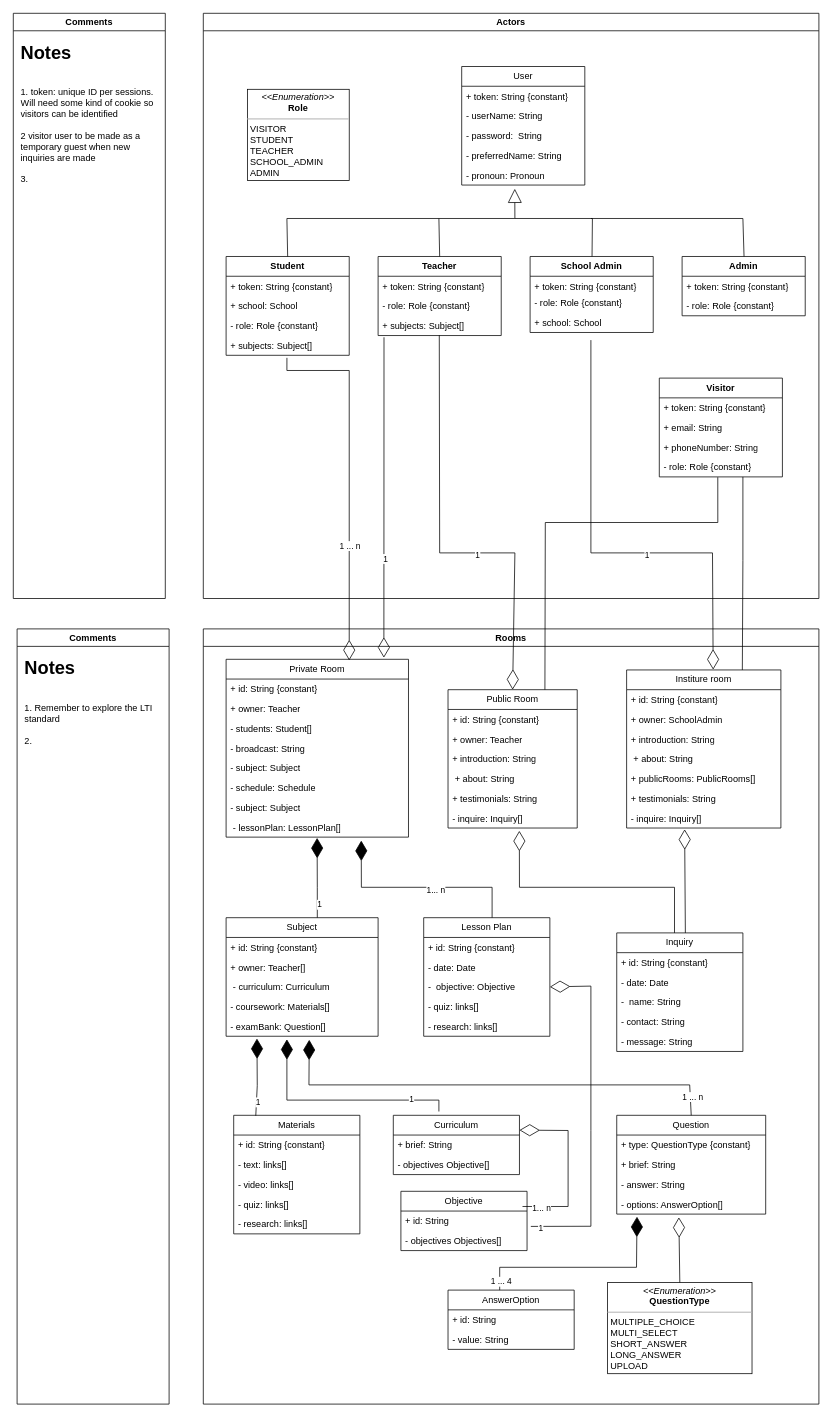
Earlier version of the draw.io diagram docs/assets/Class Diagram.drawio (akshayvijaynair/music-academy-docs). Source tidied: cells renumbered, new cells numbered last; positions are measured from the earlier drawing's top-left corner, leaving out a move shared by most shapes. Both pictures are drawn from the tidied source at 76%, with x=0, y=0 at pixel (13, 13).
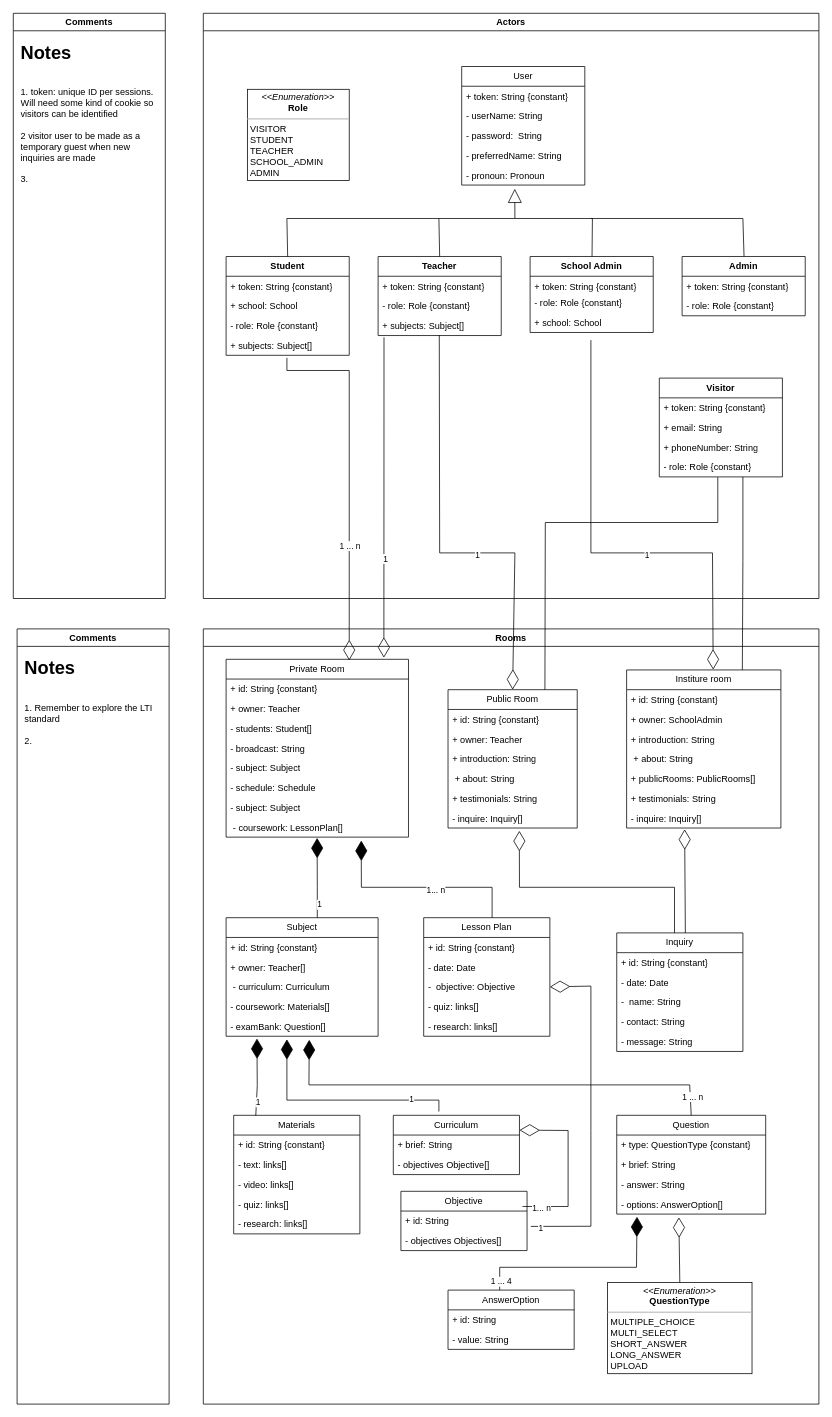
The same diagram, later.

Commit message:
feat(ClassDiagram): refactored lessonPlan object in private rooms

Unchanged cells that the change refers to:
```xml
<mxCell id="42" value="Private Room" style="swimlane;fontStyle=0;horizontal=1;startSize=26;fillColor=none;whiteSpace=wrap;html=1;" parent="35" vertex="1">
  <mxGeometry x="30" y="40" width="240" height="234" as="geometry" />
</mxCell>
```

What changed in the source:
```diff
@@
-    <mxCell id="50" value="&amp;nbsp;- lessonPlan: LessonPlan[]" style="text;strokeColor=none;fillColor=none;align=left;verticalAlign=top;spacingLeft=4;spacingRight=4;overflow=hidden;points=[[0,0.5],[1,0.5]];portConstraint=eastwest;whiteSpace=wrap;html=1;" parent="42" vertex="1">
+    <mxCell id="50" value="&amp;nbsp;- coursework: LessonPlan[]" style="text;strokeColor=none;fillColor=none;align=left;verticalAlign=top;spacingLeft=4;spacingRight=4;overflow=hidden;points=[[0,0.5],[1,0.5]];portConstraint=eastwest;whiteSpace=wrap;html=1;" parent="42" vertex="1">
       <mxGeometry y="208" width="240" height="26" as="geometry" />
     </mxCell>
```
